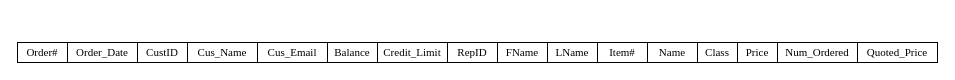
Before: DBMS_HW3.drawio in AlexZhengLiu/DBMS_ER_PICS, a draw.io diagram. Source tidied: cells renumbered, new cells numbered last; positions are measured from the earlier drawing's top-left corner, leaving out a move shared by most shapes. Both pictures are drawn from the tidied source at 100%, with x=0, y=0 at pixel (17, 42).
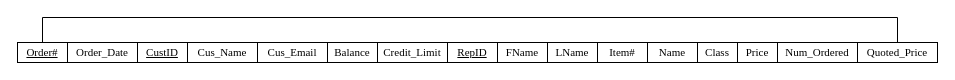
The same diagram, later.

Unchanged cells that the change refers to:
```xml
<mxCell id="17" value="&lt;font style=&quot;font-size: 11px;&quot; face=&quot;Times New Roman&quot;&gt;Quoted_Price&lt;/font&gt;" style="rounded=0;whiteSpace=wrap;html=1;" parent="1" vertex="1">
  <mxGeometry x="840" width="80" height="20" as="geometry" />
</mxCell>
```

The edit, as a diff of the source:
```diff
@@
+    <mxCell id="18" style="edgeStyle=orthogonalEdgeStyle;rounded=0;jettySize=auto;html=1;exitX=0.5;exitY=0;exitDx=0;exitDy=0;fontFamily=Times New Roman;fontSize=11;endArrow=none;endFill=0;entryX=0.5;entryY=0;entryDx=0;entryDy=0;" parent="1" edge="1" source="2" target="17">
+      <mxGeometry relative="1" as="geometry">
+        <Array as="points">
+          <mxPoint x="25" y="-25" />
+          <mxPoint x="880" y="-25" />
+        </Array>
+      </mxGeometry>
+    </mxCell>
-    <mxCell id="2" value="&lt;font style=&quot;font-size: 11px;&quot; face=&quot;Times New Roman&quot;&gt;Order#&lt;/font&gt;" style="rounded=0;whiteSpace=wrap;html=1;" parent="1" vertex="1">
+    <mxCell id="2" value="&lt;font style=&quot;font-size: 11px;&quot; face=&quot;Times New Roman&quot;&gt;&lt;u&gt;Order#&lt;/u&gt;&lt;/font&gt;" style="rounded=0;whiteSpace=wrap;html=1;" parent="1" vertex="1">
       <mxGeometry width="50" height="20" as="geometry" />
     </mxCell>
@@
-    <mxCell id="4" value="&lt;font style=&quot;font-size: 11px;&quot; face=&quot;Times New Roman&quot;&gt;CustID&lt;/font&gt;" style="rounded=0;whiteSpace=wrap;html=1;" parent="1" vertex="1">
+    <mxCell id="4" value="&lt;font style=&quot;font-size: 11px;&quot; face=&quot;Times New Roman&quot;&gt;&lt;u&gt;CustID&lt;/u&gt;&lt;/font&gt;" style="rounded=0;whiteSpace=wrap;html=1;" parent="1" vertex="1">
       <mxGeometry x="120" width="50" height="20" as="geometry" />
     </mxCell>
@@
-    <mxCell id="9" value="&lt;font style=&quot;font-size: 11px;&quot; face=&quot;Times New Roman&quot;&gt;RepID&lt;/font&gt;" style="rounded=0;whiteSpace=wrap;html=1;" parent="1" vertex="1">
+    <mxCell id="9" value="&lt;font style=&quot;font-size: 11px;&quot; face=&quot;Times New Roman&quot;&gt;&lt;u&gt;RepID&lt;/u&gt;&lt;/font&gt;" style="rounded=0;whiteSpace=wrap;html=1;" parent="1" vertex="1">
       <mxGeometry x="430" width="50" height="20" as="geometry" />
     </mxCell>
```
